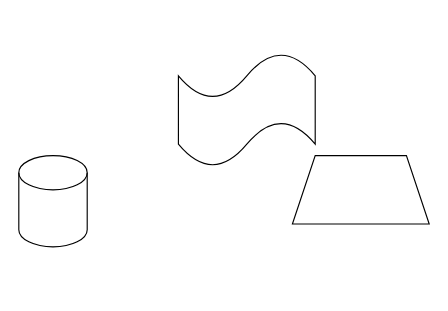
SwanseaUniversityMedical/testing keeps this draw.io diagram as abc/test.drawio. Above is the earlier version. Source tidied: cells renumbered, new cells numbered last; positions are measured from the earlier drawing's top-left corner, leaving out a move shared by most shapes. Both pictures are drawn from the tidied source at 114%, with x=0, y=0 at pixel (18, 52).
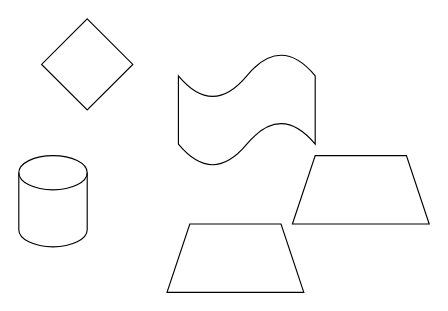
The same diagram, later.

Diff of the diagram source:
```diff
@@
 <mxGraphModel>
   <root>
     <mxCell id="0" />
     <mxCell id="1" parent="0" />
     <mxCell id="2" style="shape=cylinder3;whiteSpace=wrap;html=1;boundedLbl=1;backgroundOutline=1;size=15;" parent="1" vertex="1">
       <mxGeometry y="90" width="60" height="80" as="geometry" />
     </mxCell>
     <mxCell id="3" style="shape=trapezoid;perimeter=trapezoidPerimeter;whiteSpace=wrap;html=1;fixedSize=1;" parent="1" vertex="1">
       <mxGeometry x="240" y="90" width="120" height="60" as="geometry" />
     </mxCell>
     <mxCell id="4" style="shape=tape;whiteSpace=wrap;html=1;" parent="1" vertex="1">
       <mxGeometry x="140" width="120" height="100" as="geometry" />
     </mxCell>
+    <mxCell id="5" style="rhombus;whiteSpace=wrap;html=1;" parent="1" vertex="1">
+      <mxGeometry x="20" y="-30" width="80" height="80" as="geometry" />
+    </mxCell>
+    <mxCell id="6" style="shape=trapezoid;perimeter=trapezoidPerimeter;whiteSpace=wrap;html=1;fixedSize=1;" parent="1" vertex="1">
+      <mxGeometry x="130" y="150" width="120" height="60" as="geometry" />
+    </mxCell>
   </root>
 </mxGraphModel>
```
